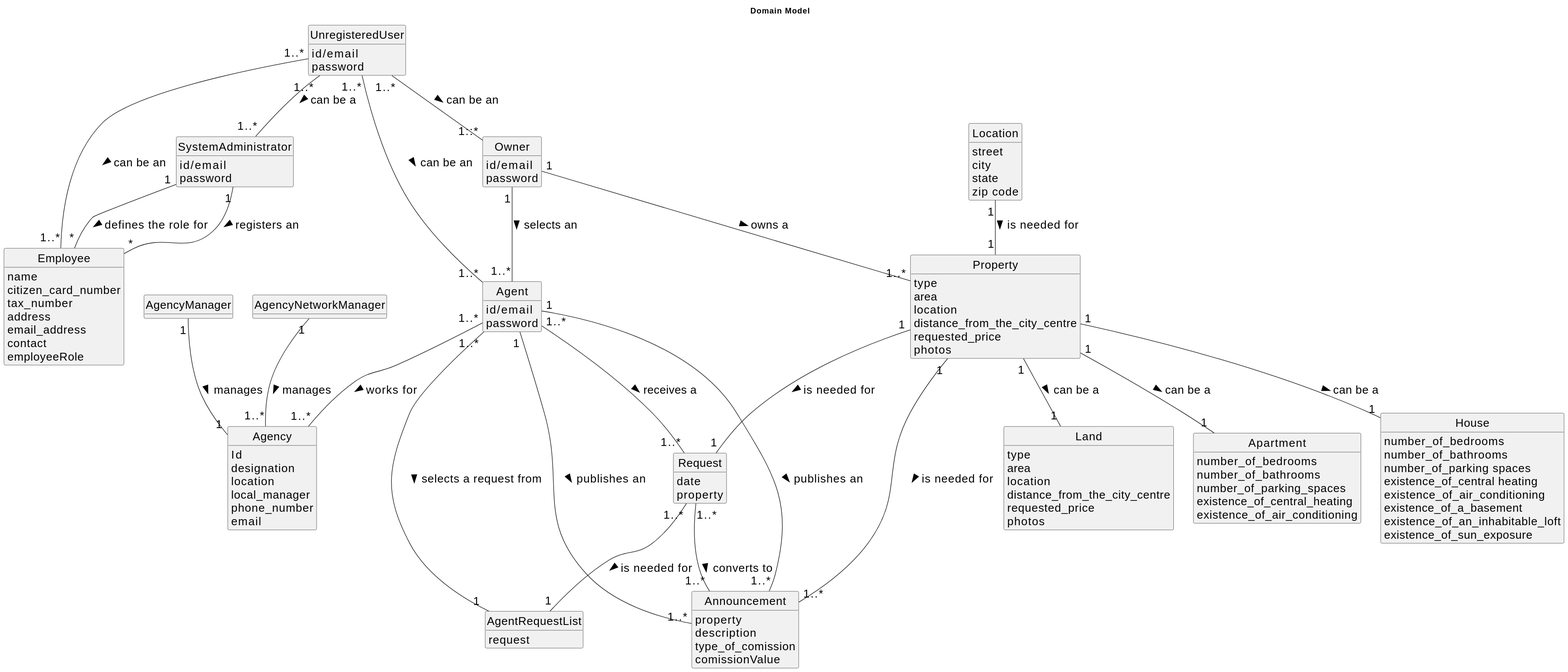
The PlantUML diagram docs/Sprint-D/global-artifacts/02.analysis/svg/project-domain-model.svg in Rodrick0209/ISEP-LAPR2-22-23, before a commit. The source it was exported from:
```plantuml
@startuml
skinparamlocked defaultFontSize 20
skinparam monochrome true
skinparam packageStyle rectangle
skinparam shadowing false
skinparam classAttributeIconSize 0
hide circle
hide methods

title Domain Model


class Employee{
name
citizen_card_number
tax_number
address
email_address
contact
employeeRole
}
class Agent{
id/email
password
}

class SystemAdministrator{
id/email
password
}

class Land{
type
area
location
distance_from_the_city_centre
requested_price
photos

}


class Agency{
Id
designation
location
local_manager
phone_number
email
}

class UnregisteredUser{
id/email
password
}


class Property {
    type
    area
    location
    distance_from_the_city_centre
    requested_price
    photos
    }

class Announcement {
       property
         description
            type_of_comission
           comissionValue
      }

class Apartment{
    number_of_bedrooms
    number_of_bathrooms
    number_of_parking_spaces
    existence_of_central_heating
    existence_of_air_conditioning
}

class House{
    number_of_bedrooms
    number_of_bathrooms
    number_of_parking spaces
    existence_of_central heating
    existence_of_air_conditioning
    existence_of_a_basement
    existence_of_an_inhabitable_loft
    existence_of_sun_exposure
}


class  AgentRequestList{
request

}
class Request{
date
property
}


class Location{
street
city
state
zip code
}

class Owner{
id/email
password
}





Agent "1..*" -- "1..*" Request : receives a  >
Agent "1..*" -- "1" AgentRequestList: selects a request from >
Property "1"-- "1..*"Announcement: is needed for  >
Property "1"-- "1"Request: is needed for  >
Request "1..*"-- "1"AgentRequestList: is needed for  >
Request "1..*"-- "1..*"Announcement: converts to  >
Location "1"--"1" Property : is needed for >

Agent "1" -- "1..*" Announcement : publishes an >

Agent "1" -- "1..*" Announcement : publishes an >
Agent "1..*" -- "1..*" Agency : works for >
SystemAdministrator "1" -- "*" Employee : registers an >

SystemAdministrator "1" -- "*" Employee : defines the role for >
Owner "1" -- "1..*" Property : owns a >
Property "1" -- "1" House :  can be a >
Property "1" -- "1" Apartment :  can be a >
Property "1" -- "1" Land :  can be a >
UnregisteredUser "1..*" -- "1..*" Agent :  can be an >
UnregisteredUser "1..*" -- "1::*" Owner :  can be an >
UnregisteredUser "1..*" -- "1..*" Employee :  can be an >
UnregisteredUser "1..*" -- "1..*" SystemAdministrator :  can be a >




Owner "1" -- "1..*" Agent : selects an  >

AgencyManager "1" -- "1" Agency : manages >
AgencyNetworkManager "1" -- "1..*" Agency : manages >
@enduml
```
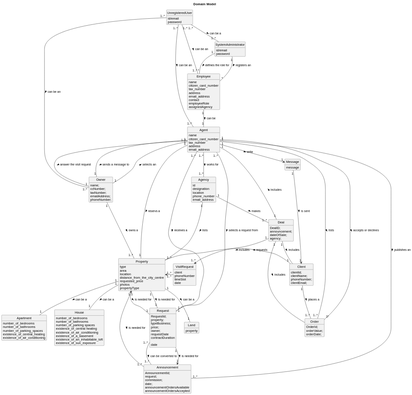
The same file after the commit.

The edit, as a diff of the source:
```diff
@@ -1,5 +1,4 @@
 @startuml
-skinparamlocked defaultFontSize 20
 skinparam monochrome true
 skinparam packageStyle rectangle
 skinparam shadowing false
@@ -18,10 +17,14 @@
 email_address
 contact
 employeeRole
+assignedAgency
 }
 class Agent{
-id/email
-password
+name
+citizen_card_number
+tax_number
+address
+email_address
 }
 
 class SystemAdministrator{
@@ -30,23 +33,16 @@
 }
 
 class Land{
-type
-area
-location
-distance_from_the_city_centre
-requested_price
-photos
-
+property
 }
 
 
 class Agency{
-Id
+id
 designation
 location
-local_manager
 phone_number
-email
+email_address
 }
 
 class UnregisteredUser{
@@ -62,13 +58,18 @@
     distance_from_the_city_centre
     requested_price
     photos
+    propertyType
     }
 
 class Announcement {
-       property
-         description
-            type_of_comission
-           comissionValue
+       AnnouncementId;
+           request;
+          commission;
+        date;
+          announcementOrdersAvailable
+         announcementOrdersAccepted
+
+
       }
 
 class Apartment{
@@ -91,46 +92,87 @@
 }
 
 
-class  AgentRequestList{
-request
+class Request{
+RequestId;
+ property;
+ typeBusiness;
+ price;
+owner;
+requestDate
+contractDuration
 
-}
-class Request{
 date
-property
 }
 
 
-class Location{
-street
-city
-state
-zip code
-}
+
 
 class Owner{
-id/email
-password
+   name;
+     ccNumber;
+   taxNumber;
+     emailAddress;
+ phoneNumber;
 }
 
 
 
 
 
+class Order{
+OrderId;
+ orderValue;
+ orderDate;
+}
+class Client{
+clientId;
+ clientName;
+ phoneNumber;
+ clientEmail;
+}
+
+class Deal{
+DealID;
+    announcement;
+    dateOfSale;
+    agency;
+}
+
+class VisitRequest{
+    client
+    phoneNumber
+    timeSlot
+    date
+}
+
+class Message{
+message
+}
+
+
+
+
+
+Agency "1" -- "1..*" Deal : makes >
+Deal "1" -- "Property" : includes >
+Deal "1" -- "Client" : includes >
+Deal "1" -- "Agent" : includes >
+Deal "1" -- "Order" : includes >
+
+VisitRequest "1..*"-l->  "1..*" Property
+Client "1" -l-> "1..*" VisitRequest : requests >
+Agent "1" -> "1" Message : write >
+Message "1" -> "1" Client : is sent >
+
 Agent "1..*" -- "1..*" Request : receives a  >
-Agent "1..*" -- "1" AgentRequestList: selects a request from >
+Agent "1..*" -- "1" Request: selects a request from >
 Property "1"-- "1..*"Announcement: is needed for  >
 Property "1"-- "1"Request: is needed for  >
-Request "1..*"-- "1"AgentRequestList: is needed for  >
-Request "1..*"-- "1..*"Announcement: converts to  >
-Location "1"--"1" Property : is needed for >
-
+Request "1..*"-- "1..*"Announcement: can be converted  to  >
 Agent "1" -- "1..*" Announcement : publishes an >
 
-Agent "1" -- "1..*" Announcement : publishes an >
 Agent "1..*" -- "1..*" Agency : works for >
 SystemAdministrator "1" -- "*" Employee : registers an >
-
 SystemAdministrator "1" -- "*" Employee : defines the role for >
 Owner "1" -- "1..*" Property : owns a >
 Property "1" -- "1" House :  can be a >
@@ -141,11 +183,20 @@
 UnregisteredUser "1..*" -- "1..*" Employee :  can be an >
 UnregisteredUser "1..*" -- "1..*" SystemAdministrator :  can be a >
 
+Owner "1" -- "1..*" Agent : selects an  >
 
 
+Employee "1" -- "1" Agent : can be >
 
-Owner "1" -- "1..*" Agent : selects an  >
+Agency "1" -- "1..*" Property : lists >
 
-AgencyManager "1" -- "1" Agency : manages >
-AgencyNetworkManager "1" -- "1..*" Agency : manages >
+Agent "1" -- "1" Owner :  answer the visit request >
+Agent "1" -- "1" Owner :  sends a message to  >
+Agent "1" -- "1" Property : reservs a >
+
+Request "1" --> "1" Property: is needed for  <
+Request"1" --> "1" Announcement: is needed for  >
+Client "1" -- "1..*" Order : places a >
+Agent "1" -- "1..*" Order : lists >
+Agent "1" -- "1*" Order : accepts or declines >
 @enduml
```
